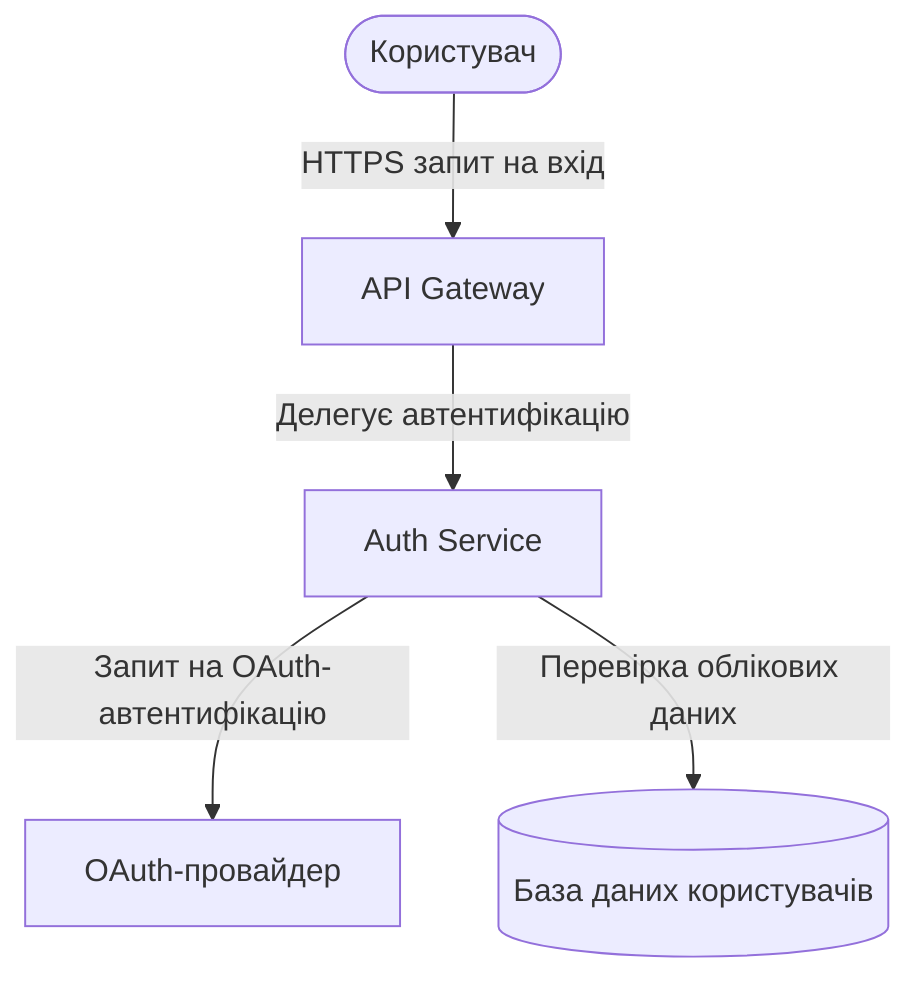
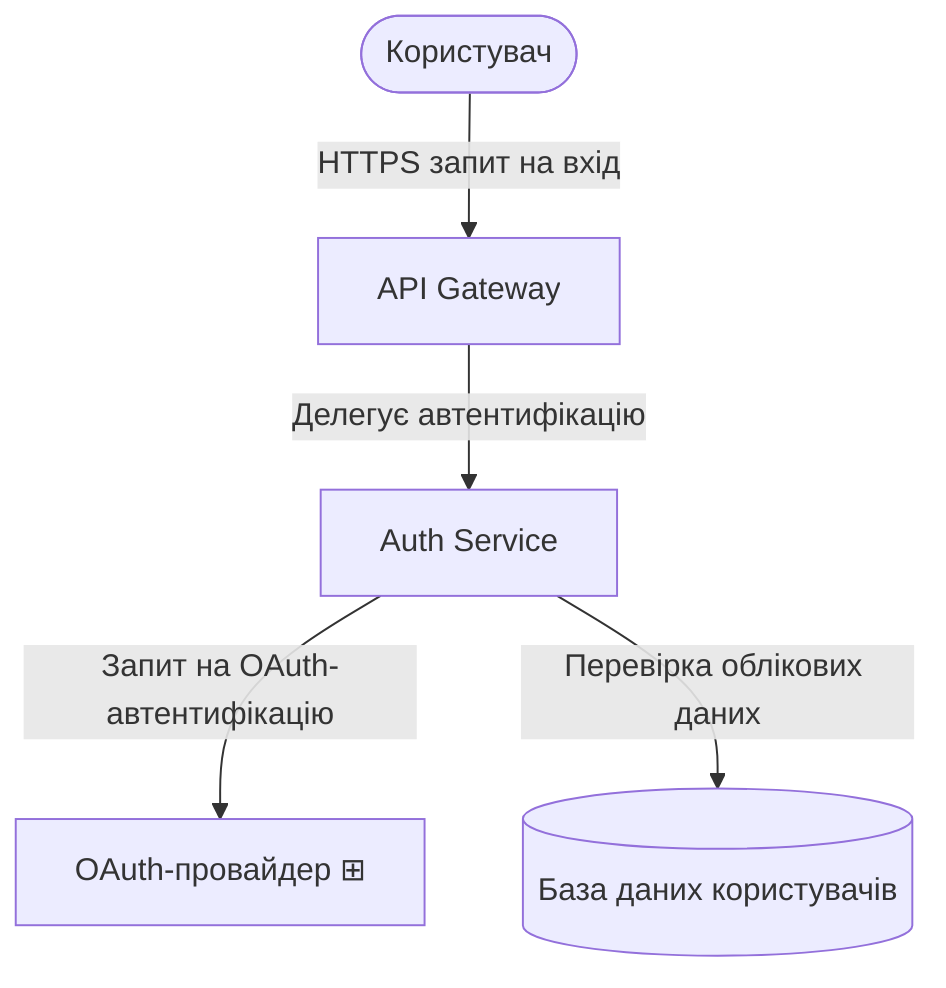
flowchart TD
  User(["Користувач"])
  Gateway["API Gateway"]
  AuthService["Auth Service"]
-   OAuthProvider["OAuth-провайдер"]
+   OAuthProvider["OAuth-провайдер ⊞"]
  DB[("База даних користувачів")]
+   click OAuthProvider "./oauth-detail.svg"
  User -->|"HTTPS запит на вхід"| Gateway
  Gateway -->|"Делегує автентифікацію"| AuthService
  AuthService -->|"Запит на OAuth-автентифікацію"| OAuthProvider
  AuthService -->|"Перевірка облікових даних"| DB
